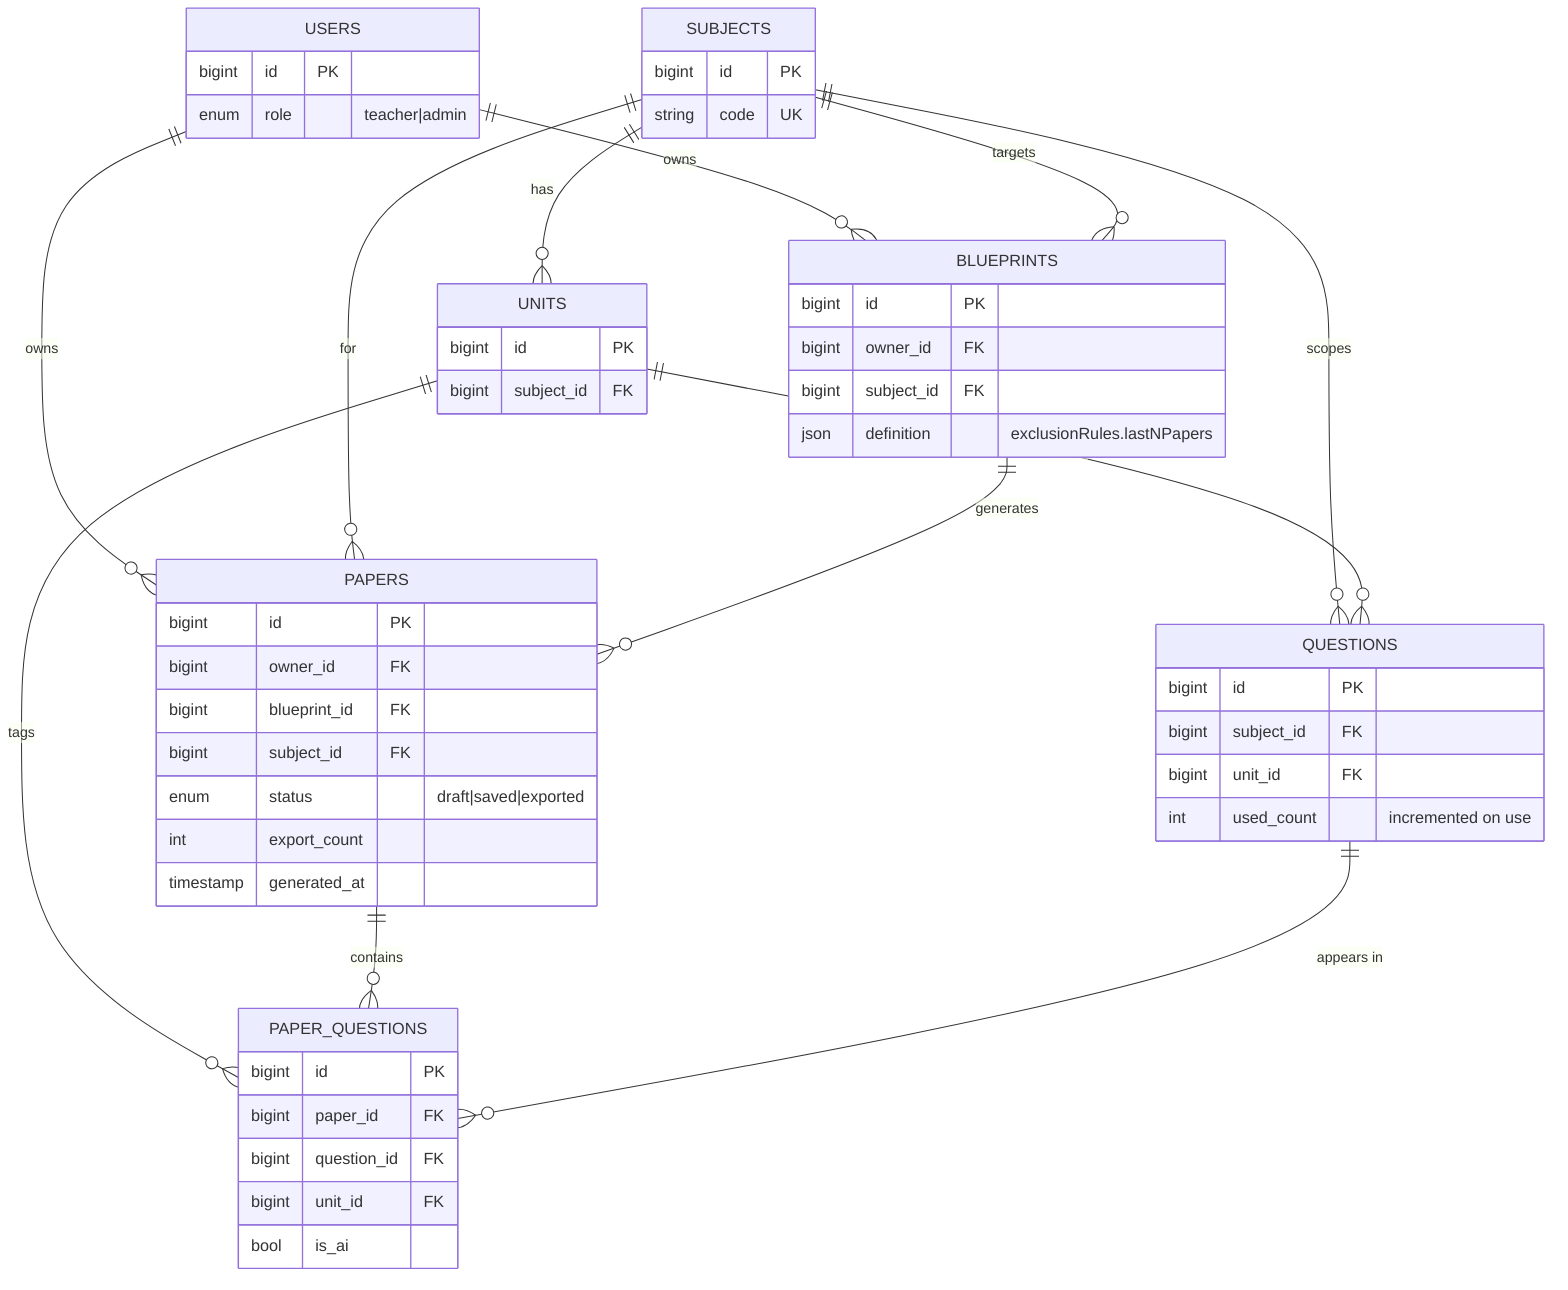
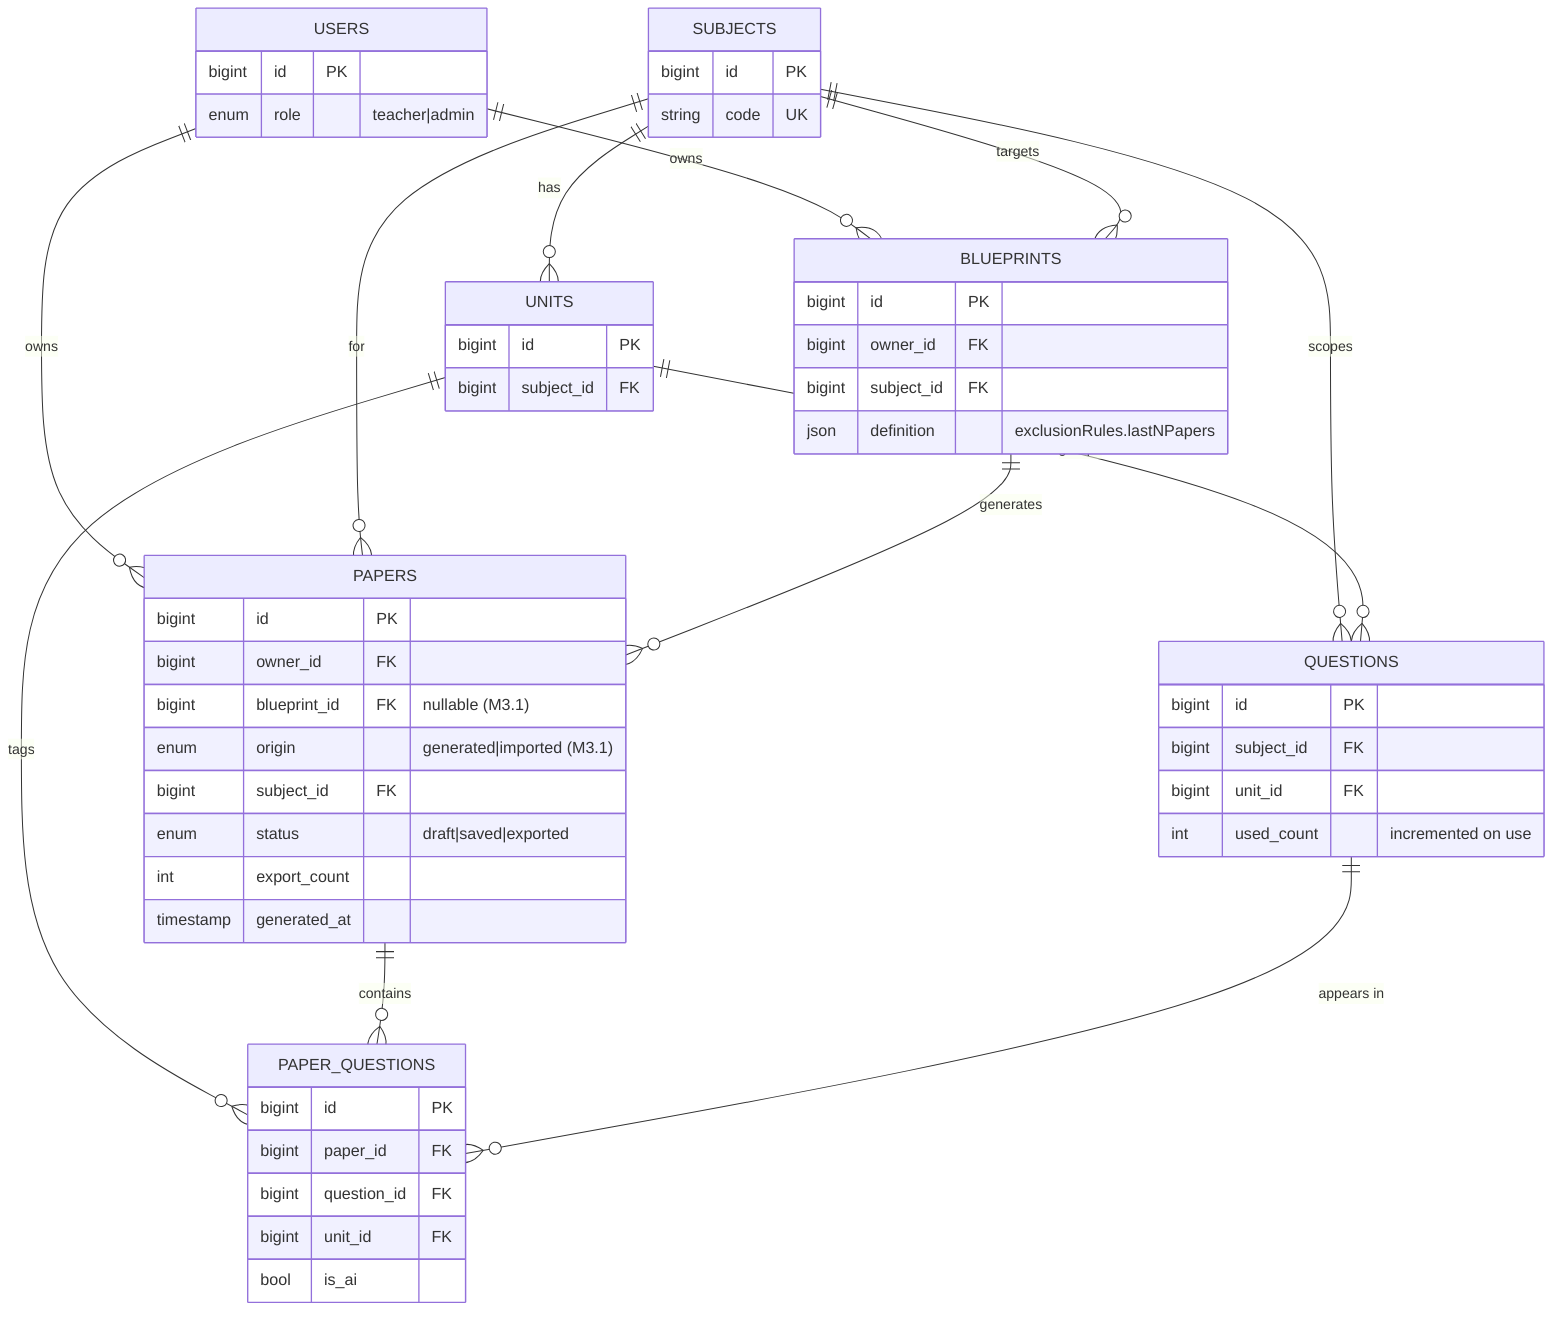
%% QForge database schema after M3 — Papers lifecycle + export
%% SCHEMA UNCHANGED SINCE M2.
%% M3 adds behavior only: repetition control derived from paper_questions
%% (most-recent-N papers per subject) and PDF/DOCX export from existing columns.
erDiagram
    USERS ||--o{ BLUEPRINTS : owns
    USERS ||--o{ PAPERS : owns
    SUBJECTS ||--o{ UNITS : "has"
    SUBJECTS ||--o{ QUESTIONS : "scopes"
    SUBJECTS ||--o{ BLUEPRINTS : "targets"
    SUBJECTS ||--o{ PAPERS : "for"
    UNITS ||--o{ QUESTIONS : "groups"
    UNITS ||--o{ PAPER_QUESTIONS : "tags"
    BLUEPRINTS ||--o{ PAPERS : "generates"
    PAPERS ||--o{ PAPER_QUESTIONS : "contains"
    QUESTIONS ||--o{ PAPER_QUESTIONS : "appears in"

    USERS {
        bigint id PK
        enum role "teacher|admin"
    }
    SUBJECTS {
        bigint id PK
        string code UK
    }
    UNITS {
        bigint id PK
        bigint subject_id FK
    }
    QUESTIONS {
        bigint id PK
        bigint subject_id FK
        bigint unit_id FK
        int used_count "incremented on use"
    }
    BLUEPRINTS {
        bigint id PK
        bigint owner_id FK
        bigint subject_id FK
        json definition "exclusionRules.lastNPapers"
    }
    PAPERS {
        bigint id PK
        bigint owner_id FK
-         bigint blueprint_id FK
+         bigint blueprint_id FK "nullable (M3.1)"
+         enum origin "generated|imported (M3.1)"
        bigint subject_id FK
        enum status "draft|saved|exported"
        int export_count
        timestamp generated_at
    }
    PAPER_QUESTIONS {
        bigint id PK
        bigint paper_id FK
        bigint question_id FK
        bigint unit_id FK
        bool is_ai
    }
